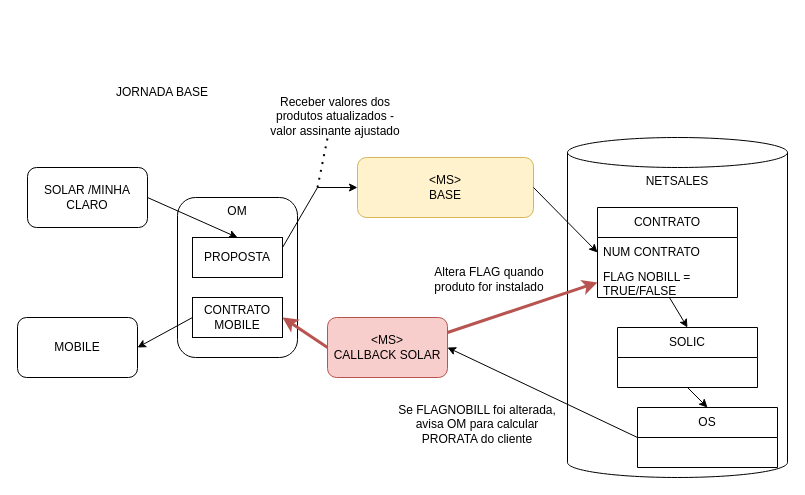
Above: page "BASE" (2 of 6) of Billing Divergente Marcelo.drawio in samirali/ClaroBrasil (draw.io), before the change. Source tidied: cells renumbered, new cells numbered last; positions are measured from the earlier drawing's top-left corner, leaving out a move shared by most shapes. Both pictures are drawn from the tidied source at 100%, with x=0, y=0 at pixel (17, 77).
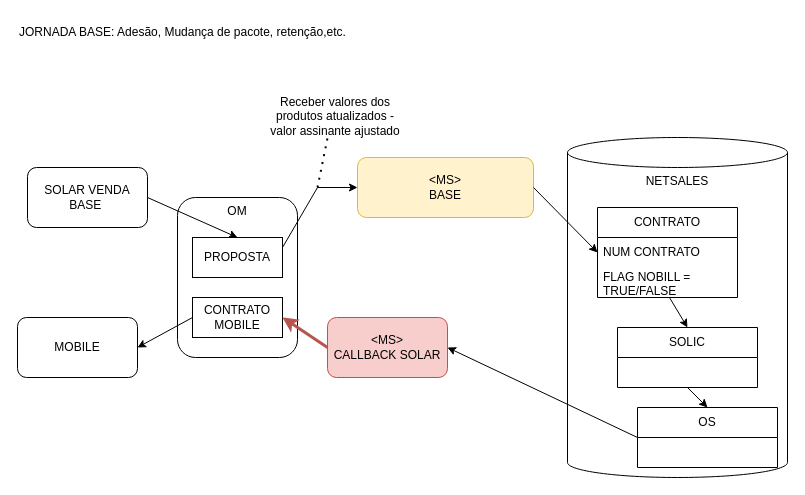
After the change.

The change refers to these unchanged cells:
```xml
<mxCell id="12" value="FLAG NOBILL = TRUE/FALSE" style="text;strokeColor=none;fillColor=none;align=left;verticalAlign=middle;spacingLeft=4;spacingRight=4;overflow=hidden;points=[[0,0.5],[1,0.5]];portConstraint=eastwest;whiteSpace=wrap;html=1;" parent="10" vertex="1">
  <mxGeometry y="60" width="140" height="30" as="geometry" />
</mxCell>
<mxCell id="21" value="&amp;lt;MS&amp;gt;&lt;br&gt;CALLBACK SOLAR" style="rounded=1;whiteSpace=wrap;html=1;fillColor=#f8cecc;strokeColor=#b85450;" parent="1" vertex="1">
  <mxGeometry x="310" y="240" width="120" height="60" as="geometry" />
</mxCell>
```

The edit, as a diff of the source:
```diff
@@
-    <mxCell id="2" value="SOLAR /MINHA CLARO" style="rounded=1;whiteSpace=wrap;html=1;" parent="1" vertex="1">
+    <mxCell id="2" value="SOLAR VENDA BASE&amp;nbsp;" style="rounded=1;whiteSpace=wrap;html=1;" parent="1" vertex="1">
       <mxGeometry x="10" y="90" width="120" height="60" as="geometry" />
     </mxCell>
-    <mxCell id="3" value="JORNADA BASE" style="text;html=1;align=center;verticalAlign=middle;whiteSpace=wrap;rounded=0;" parent="1" vertex="1">
-      <mxGeometry x="10" width="270" height="30" as="geometry" />
+    <mxCell id="3" value="JORNADA BASE: Adesão, Mudança de pacote, retenção,etc." style="text;html=1;align=left;verticalAlign=middle;whiteSpace=wrap;rounded=0;" parent="1" vertex="1">
+      <mxGeometry y="-60" width="580" height="30" as="geometry" />
     </mxCell>
@@
-    <mxCell id="20" value="Se FLAGNOBILL foi alterada, avisa OM para calcular PRORATA do cliente" style="text;html=1;align=center;verticalAlign=middle;whiteSpace=wrap;rounded=0;" parent="1" vertex="1">
-      <mxGeometry x="380" y="313" width="160" height="67" as="geometry" />
-    </mxCell>
@@
-    <mxCell id="25" style="endArrow=classic;html=1;rounded=0;exitX=1;exitY=0.25;exitDx=0;exitDy=0;entryX=0;entryY=0.5;entryDx=0;entryDy=0;fillColor=#f8cecc;strokeColor=#b85450;strokeWidth=3;" parent="1" edge="1" source="21" target="12">
-      <mxGeometry relative="1" as="geometry" />
-    </mxCell>
-    <mxCell id="26" value="Altera FLAG quando produto for instalado" style="text;html=1;align=center;verticalAlign=middle;whiteSpace=wrap;rounded=0;" parent="1" vertex="1">
-      <mxGeometry x="404" y="183" width="136" height="37" as="geometry" />
-    </mxCell>
```
